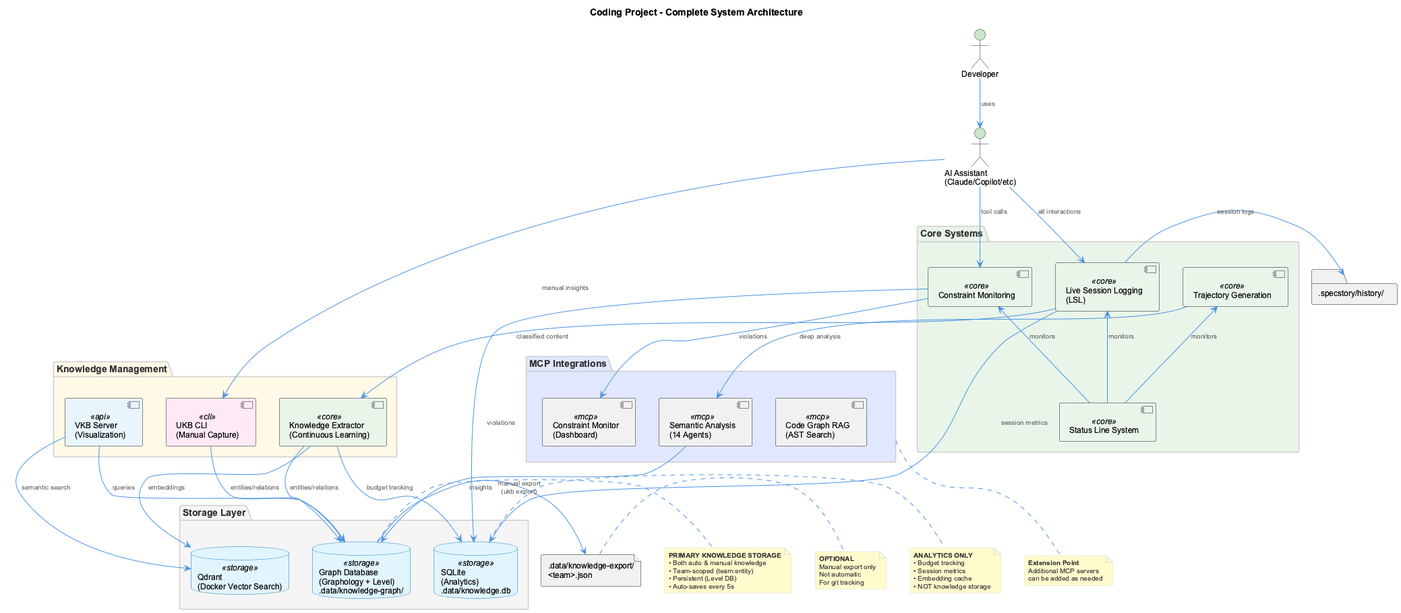
Earlier version of the PlantUML export docs-content/images/coding-system-architecture.png (fwornle/coding).
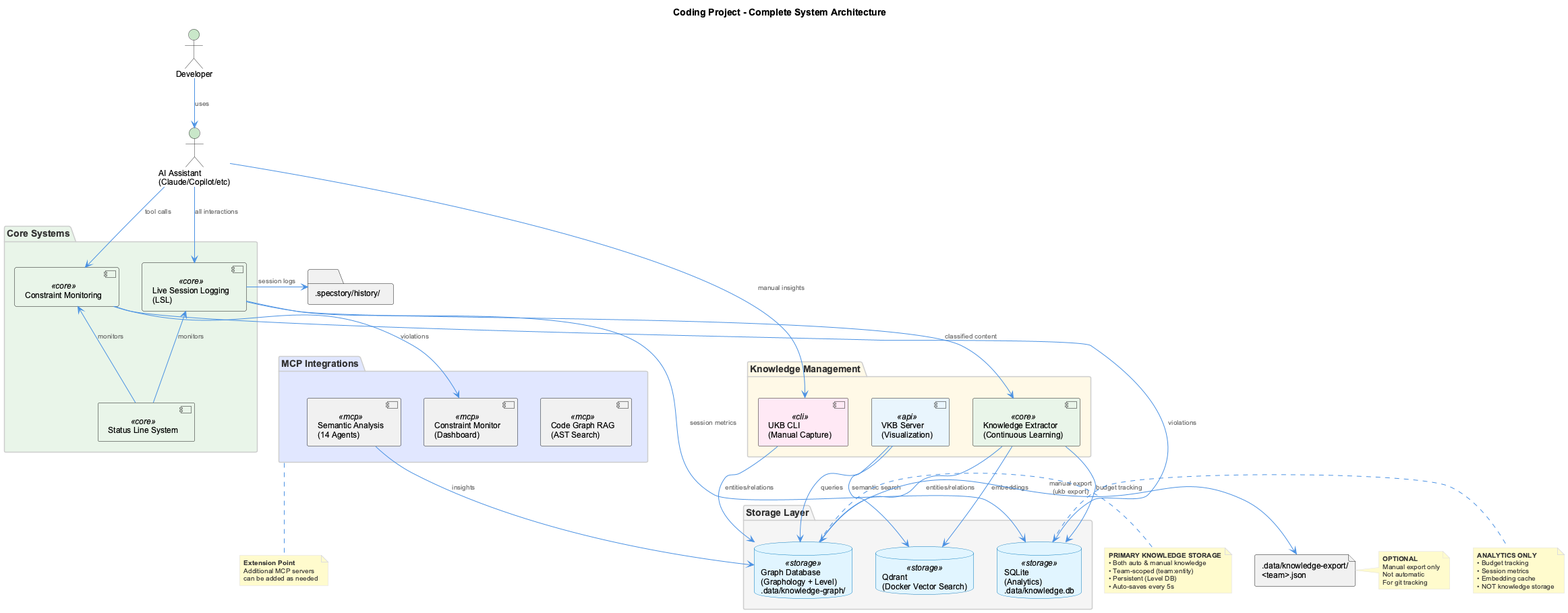
The same diagram one commit later.

What changed in the source:
```diff
@@ -11,7 +11,6 @@
 package "Core Systems" as core #E8F5E8 {
   [Live Session Logging\n(LSL)] as lsl <<core>>
   [Constraint Monitoring] as constraints <<core>>
-  [Trajectory Generation] as trajectory <<core>>
   [Status Line System] as status <<core>>
 }
 
@@ -44,7 +43,6 @@
 lsl -down-> extractor : classified content
 lsl -right-> lsl_logs : session logs
 constraints -down-> mcp_constraints : violations
-trajectory -down-> semantic : deep analysis
 
 extractor -down-> graphdb : entities/relations
 extractor -down-> qdrant : embeddings
@@ -60,7 +58,6 @@
 
 status -up-> lsl : monitors
 status -up-> constraints : monitors
-status -up-> trajectory : monitors
 
 graphdb -right-> json : manual export\n(ukb export)
 
```
